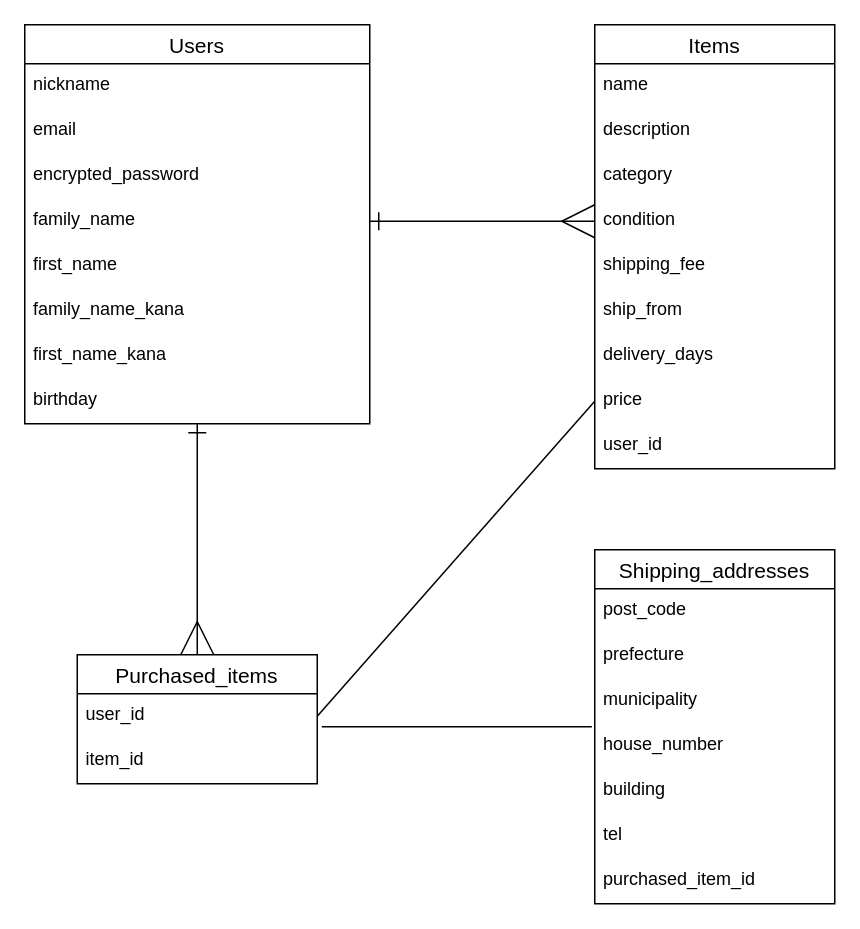
This is er.dio from yuuoota/furima-37035, a draw.io file, before an edit. Source tidied: cells renumbered, new cells numbered last; positions are measured from the earlier drawing's top-left corner, leaving out a move shared by most shapes. Both pictures are drawn from the tidied source at 150%, with x=0, y=0 at pixel (24, 24).
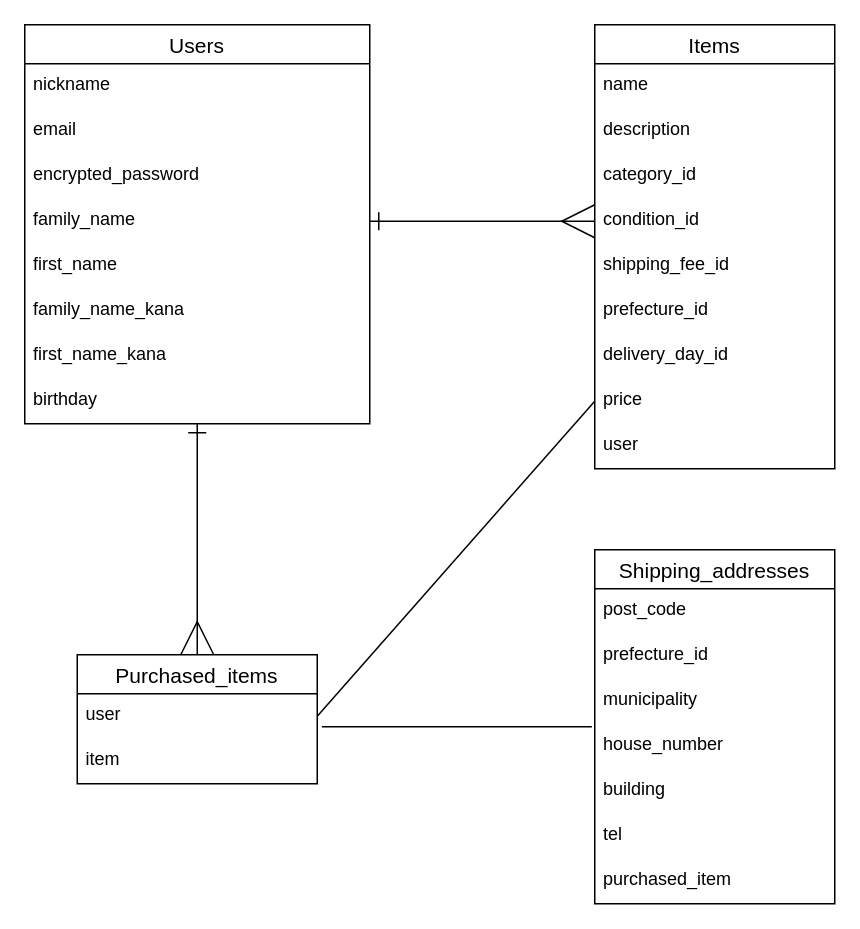
The same page after the edit.

Commit message (it also covers changes not shown here):
データベース設計の修正_2回目

The change refers to these unchanged cells:
```xml
<mxCell id="13" value="Items" style="swimlane;fontStyle=0;horizontal=1;startSize=26;align=center;fontSize=14;" parent="1" vertex="1">
  <mxGeometry x="380" width="160" height="296" as="geometry" />
</mxCell>
<mxCell id="23" value="Shipping_addresses" style="swimlane;fontStyle=0;horizontal=1;startSize=26;align=center;fontSize=14;" parent="1" vertex="1">
  <mxGeometry x="380" y="350" width="160" height="236" as="geometry" />
</mxCell>
<mxCell id="32" value="Purchased_items" style="swimlane;fontStyle=0;horizontal=1;startSize=26;align=center;fontSize=14;" parent="1" vertex="1">
  <mxGeometry x="35" y="420" width="160" height="86" as="geometry" />
</mxCell>
```

The edit, as a diff of the source:
```diff
@@
-    <mxCell id="16" value="category" style="text;strokeColor=none;fillColor=none;spacingLeft=4;spacingRight=4;overflow=hidden;fontSize=12;" parent="13" vertex="1">
+    <mxCell id="16" value="category_id" style="text;strokeColor=none;fillColor=none;spacingLeft=4;spacingRight=4;overflow=hidden;fontSize=12;" parent="13" vertex="1">
       <mxGeometry y="86" width="160" height="30" as="geometry" />
     </mxCell>
-    <mxCell id="17" value="condition" style="text;strokeColor=none;fillColor=none;spacingLeft=4;spacingRight=4;overflow=hidden;points=[[0,0.5],[1,0.5]];portConstraint=eastwest;fontSize=12;" parent="13" vertex="1">
+    <mxCell id="17" value="condition_id" style="text;strokeColor=none;fillColor=none;spacingLeft=4;spacingRight=4;overflow=hidden;points=[[0,0.5],[1,0.5]];portConstraint=eastwest;fontSize=12;" parent="13" vertex="1">
       <mxGeometry y="116" width="160" height="30" as="geometry" />
     </mxCell>
-    <mxCell id="18" value="shipping_fee" style="text;strokeColor=none;fillColor=none;spacingLeft=4;spacingRight=4;overflow=hidden;fontSize=12;" parent="13" vertex="1">
+    <mxCell id="18" value="shipping_fee_id" style="text;strokeColor=none;fillColor=none;spacingLeft=4;spacingRight=4;overflow=hidden;fontSize=12;" parent="13" vertex="1">
       <mxGeometry y="146" width="160" height="30" as="geometry" />
     </mxCell>
-    <mxCell id="19" value="ship_from" style="text;strokeColor=none;fillColor=none;spacingLeft=4;spacingRight=4;overflow=hidden;fontSize=12;" parent="13" vertex="1">
+    <mxCell id="19" value="prefecture_id" style="text;strokeColor=none;fillColor=none;spacingLeft=4;spacingRight=4;overflow=hidden;fontSize=12;" parent="13" vertex="1">
       <mxGeometry y="176" width="160" height="30" as="geometry" />
     </mxCell>
-    <mxCell id="20" value="delivery_days" style="text;strokeColor=none;fillColor=none;spacingLeft=4;spacingRight=4;overflow=hidden;fontSize=12;" parent="13" vertex="1">
+    <mxCell id="20" value="delivery_day_id" style="text;strokeColor=none;fillColor=none;spacingLeft=4;spacingRight=4;overflow=hidden;fontSize=12;" parent="13" vertex="1">
       <mxGeometry y="206" width="160" height="30" as="geometry" />
     </mxCell>
@@
-    <mxCell id="22" value="user_id" style="text;strokeColor=none;fillColor=none;spacingLeft=4;spacingRight=4;overflow=hidden;fontSize=12;" parent="13" vertex="1">
+    <mxCell id="22" value="user" style="text;strokeColor=none;fillColor=none;spacingLeft=4;spacingRight=4;overflow=hidden;fontSize=12;" parent="13" vertex="1">
       <mxGeometry y="266" width="160" height="30" as="geometry" />
     </mxCell>
@@
-    <mxCell id="25" value="prefecture" style="text;strokeColor=none;fillColor=none;spacingLeft=4;spacingRight=4;overflow=hidden;fontSize=12;" parent="23" vertex="1">
+    <mxCell id="25" value="prefecture_id" style="text;strokeColor=none;fillColor=none;spacingLeft=4;spacingRight=4;overflow=hidden;fontSize=12;" parent="23" vertex="1">
       <mxGeometry y="56" width="160" height="30" as="geometry" />
     </mxCell>
@@
-    <mxCell id="30" value="purchased_item_id" style="text;strokeColor=none;fillColor=none;spacingLeft=4;spacingRight=4;overflow=hidden;fontSize=12;" parent="23" vertex="1">
+    <mxCell id="30" value="purchased_item" style="text;strokeColor=none;fillColor=none;spacingLeft=4;spacingRight=4;overflow=hidden;fontSize=12;" parent="23" vertex="1">
       <mxGeometry y="206" width="160" height="30" as="geometry" />
     </mxCell>
@@
-    <mxCell id="33" value="user_id" style="text;strokeColor=none;fillColor=none;spacingLeft=4;spacingRight=4;overflow=hidden;points=[[0,0.5],[1,0.5]];portConstraint=eastwest;fontSize=12;" parent="32" vertex="1">
+    <mxCell id="33" value="user" style="text;strokeColor=none;fillColor=none;spacingLeft=4;spacingRight=4;overflow=hidden;points=[[0,0.5],[1,0.5]];portConstraint=eastwest;fontSize=12;" parent="32" vertex="1">
       <mxGeometry y="26" width="160" height="30" as="geometry" />
     </mxCell>
-    <mxCell id="34" value="item_id" style="text;strokeColor=none;fillColor=none;spacingLeft=4;spacingRight=4;overflow=hidden;fontSize=12;" parent="32" vertex="1">
+    <mxCell id="34" value="item" style="text;strokeColor=none;fillColor=none;spacingLeft=4;spacingRight=4;overflow=hidden;fontSize=12;" parent="32" vertex="1">
       <mxGeometry y="56" width="160" height="30" as="geometry" />
     </mxCell>
```
